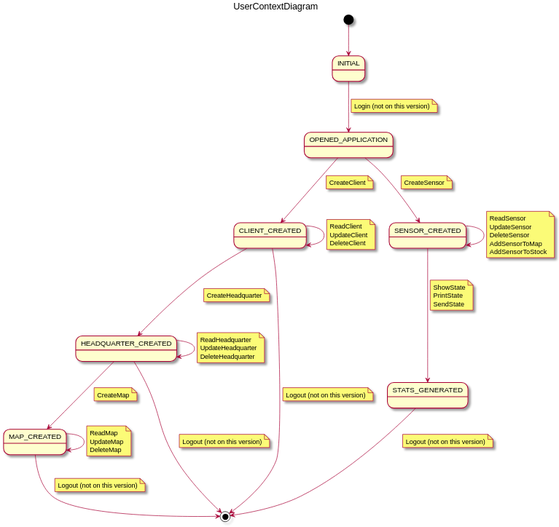
Earlier version of the PlantUML export docs/src/useCase/context/useCaseContext.svg (jumpering/pestmonitors). Source of this version:
```plantuml
@startuml
title UserContextDiagram
state INITIAL
state OPENED_APPLICATION
state CLIENT_CREATED
state HEADQUARTER_CREATED
state MAP_CREATED
state SENSOR_CREATED
state STATS_GENERATED

[*] --> INITIAL

INITIAL --> OPENED_APPLICATION
note on link
    Login (not on this version)
end note

OPENED_APPLICATION --> CLIENT_CREATED
    note on link
        CreateClient
    end note
CLIENT_CREATED --> CLIENT_CREATED
note on link
    ReadClient
    UpdateClient
    DeleteClient
end note

CLIENT_CREATED --> HEADQUARTER_CREATED
    note on link
        CreateHeadquarter
    end note

HEADQUARTER_CREATED --> HEADQUARTER_CREATED
    note on link
        ReadHeadquarter
        UpdateHeadquarter
        DeleteHeadquarter
    end note

HEADQUARTER_CREATED --> MAP_CREATED
    note on link
        CreateMap
    end note

MAP_CREATED --> MAP_CREATED
    note on link
        ReadMap
        UpdateMap
        DeleteMap
    end note

OPENED_APPLICATION --> SENSOR_CREATED
    note on link
        CreateSensor
    end note

SENSOR_CREATED --> SENSOR_CREATED
    note on link
        ReadSensor
        UpdateSensor
        DeleteSensor
        AddSensorToMap
        AddSensorToStock
    end note

CLIENT_CREATED --> [*]
      note on link
          Logout (not on this version)
      end note

HEADQUARTER_CREATED --> [*]
      note on link
          Logout (not on this version)
      end note

MAP_CREATED --> [*]
      note on link
          Logout (not on this version)
      end note

SENSOR_CREATED --> STATS_GENERATED
       note on link
           ShowState
           PrintState
           SendState
       end note

STATS_GENERATED --> [*]
      note on link
          Logout (not on this version)
      end note

@enduml
```
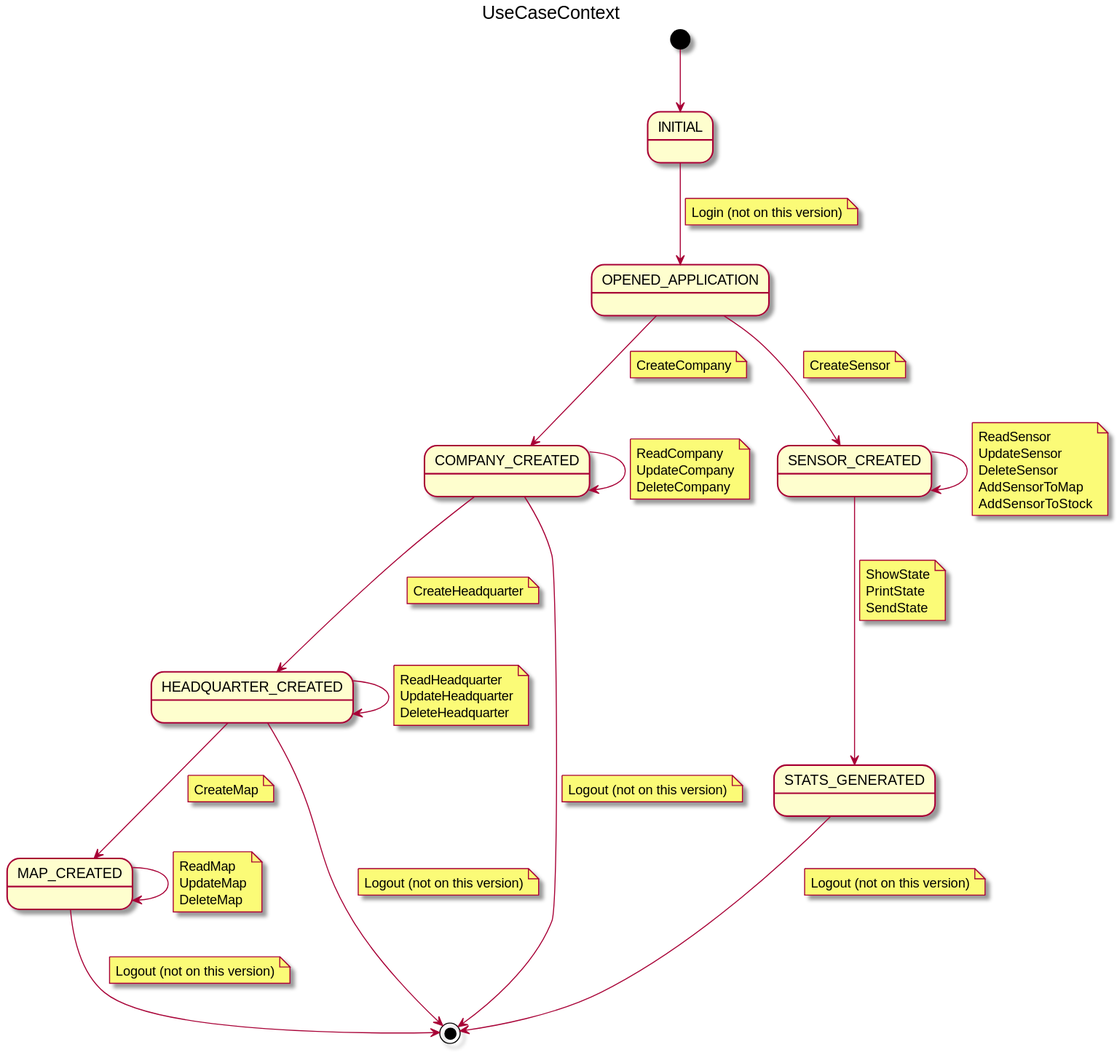
The same file after the commit.

The edit, as a diff of the source:
```diff
@@ -1,8 +1,9 @@
 @startuml
-title UserContextDiagram
+title UseCaseContext
+
 state INITIAL
 state OPENED_APPLICATION
-state CLIENT_CREATED
+state COMPANY_CREATED
 state HEADQUARTER_CREATED
 state MAP_CREATED
 state SENSOR_CREATED
@@ -15,18 +16,18 @@
     Login (not on this version)
 end note
 
-OPENED_APPLICATION --> CLIENT_CREATED
+OPENED_APPLICATION --> COMPANY_CREATED
     note on link
-        CreateClient
+        CreateCompany
     end note
-CLIENT_CREATED --> CLIENT_CREATED
+COMPANY_CREATED --> COMPANY_CREATED
 note on link
-    ReadClient
-    UpdateClient
-    DeleteClient
+    ReadCompany
+    UpdateCompany
+    DeleteCompany
 end note
 
-CLIENT_CREATED --> HEADQUARTER_CREATED
+COMPANY_CREATED --> HEADQUARTER_CREATED
     note on link
         CreateHeadquarter
     end note
@@ -64,7 +65,7 @@
         AddSensorToStock
     end note
 
-CLIENT_CREATED --> [*]
+COMPANY_CREATED --> [*]
       note on link
           Logout (not on this version)
       end note
@@ -90,5 +91,4 @@
       note on link
           Logout (not on this version)
       end note
-
 @enduml
```
